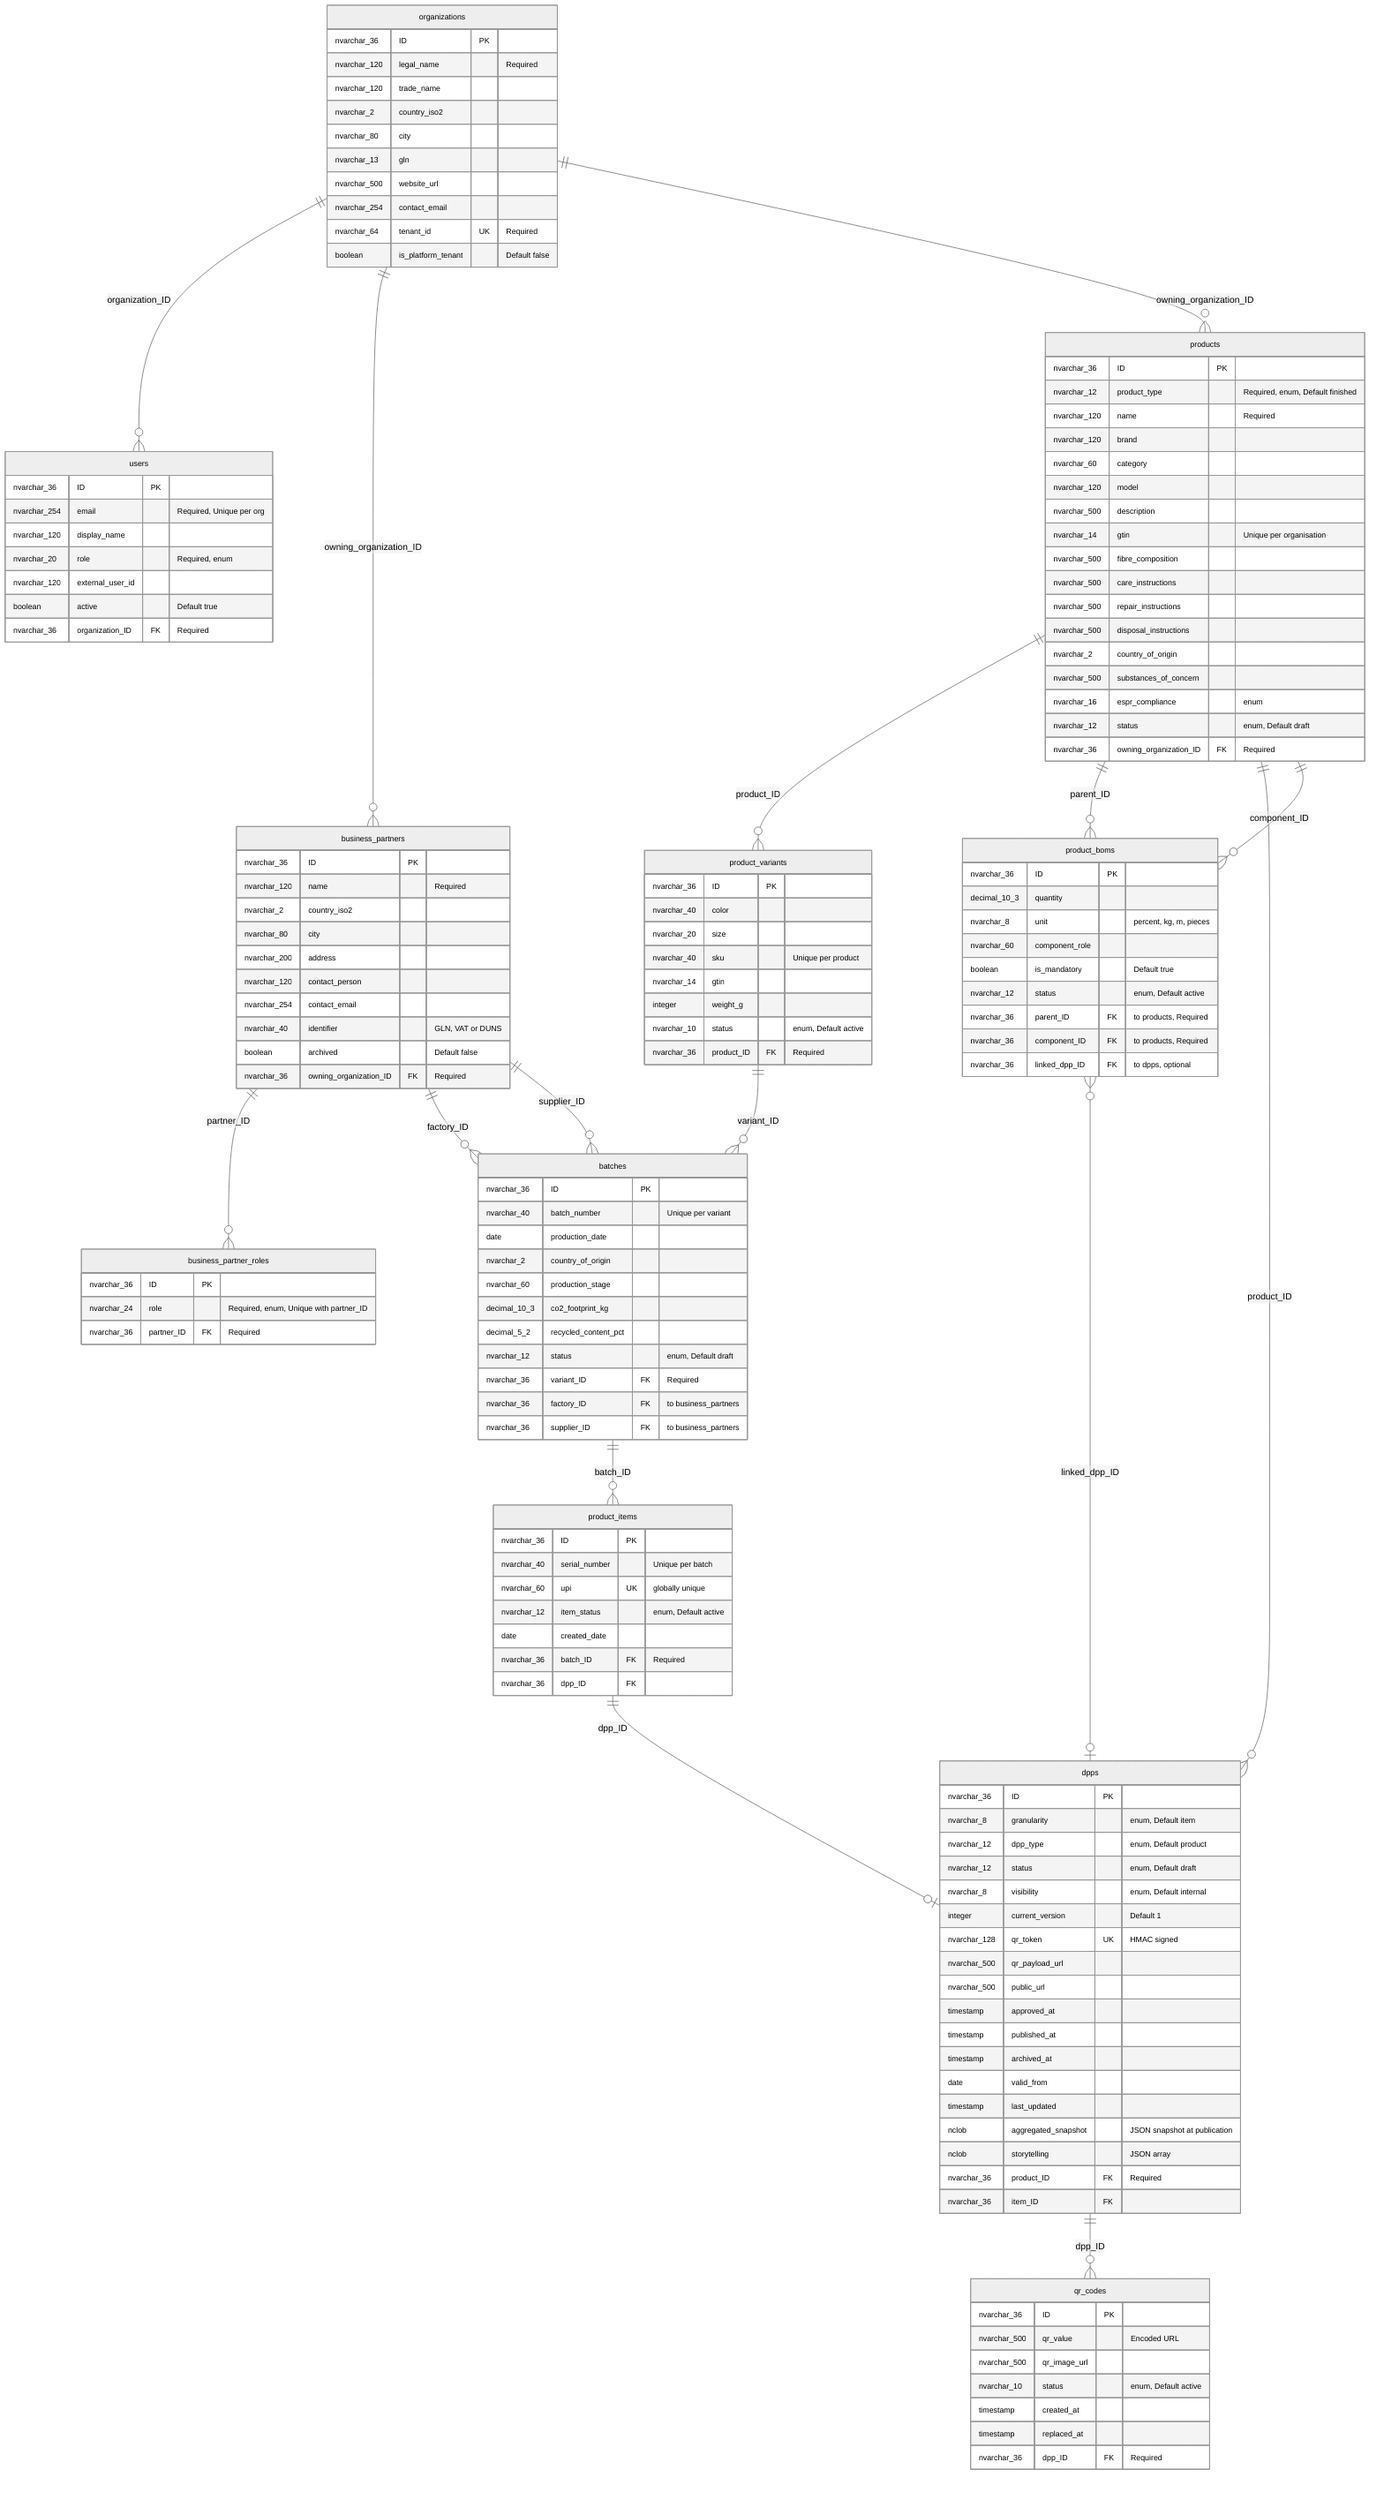
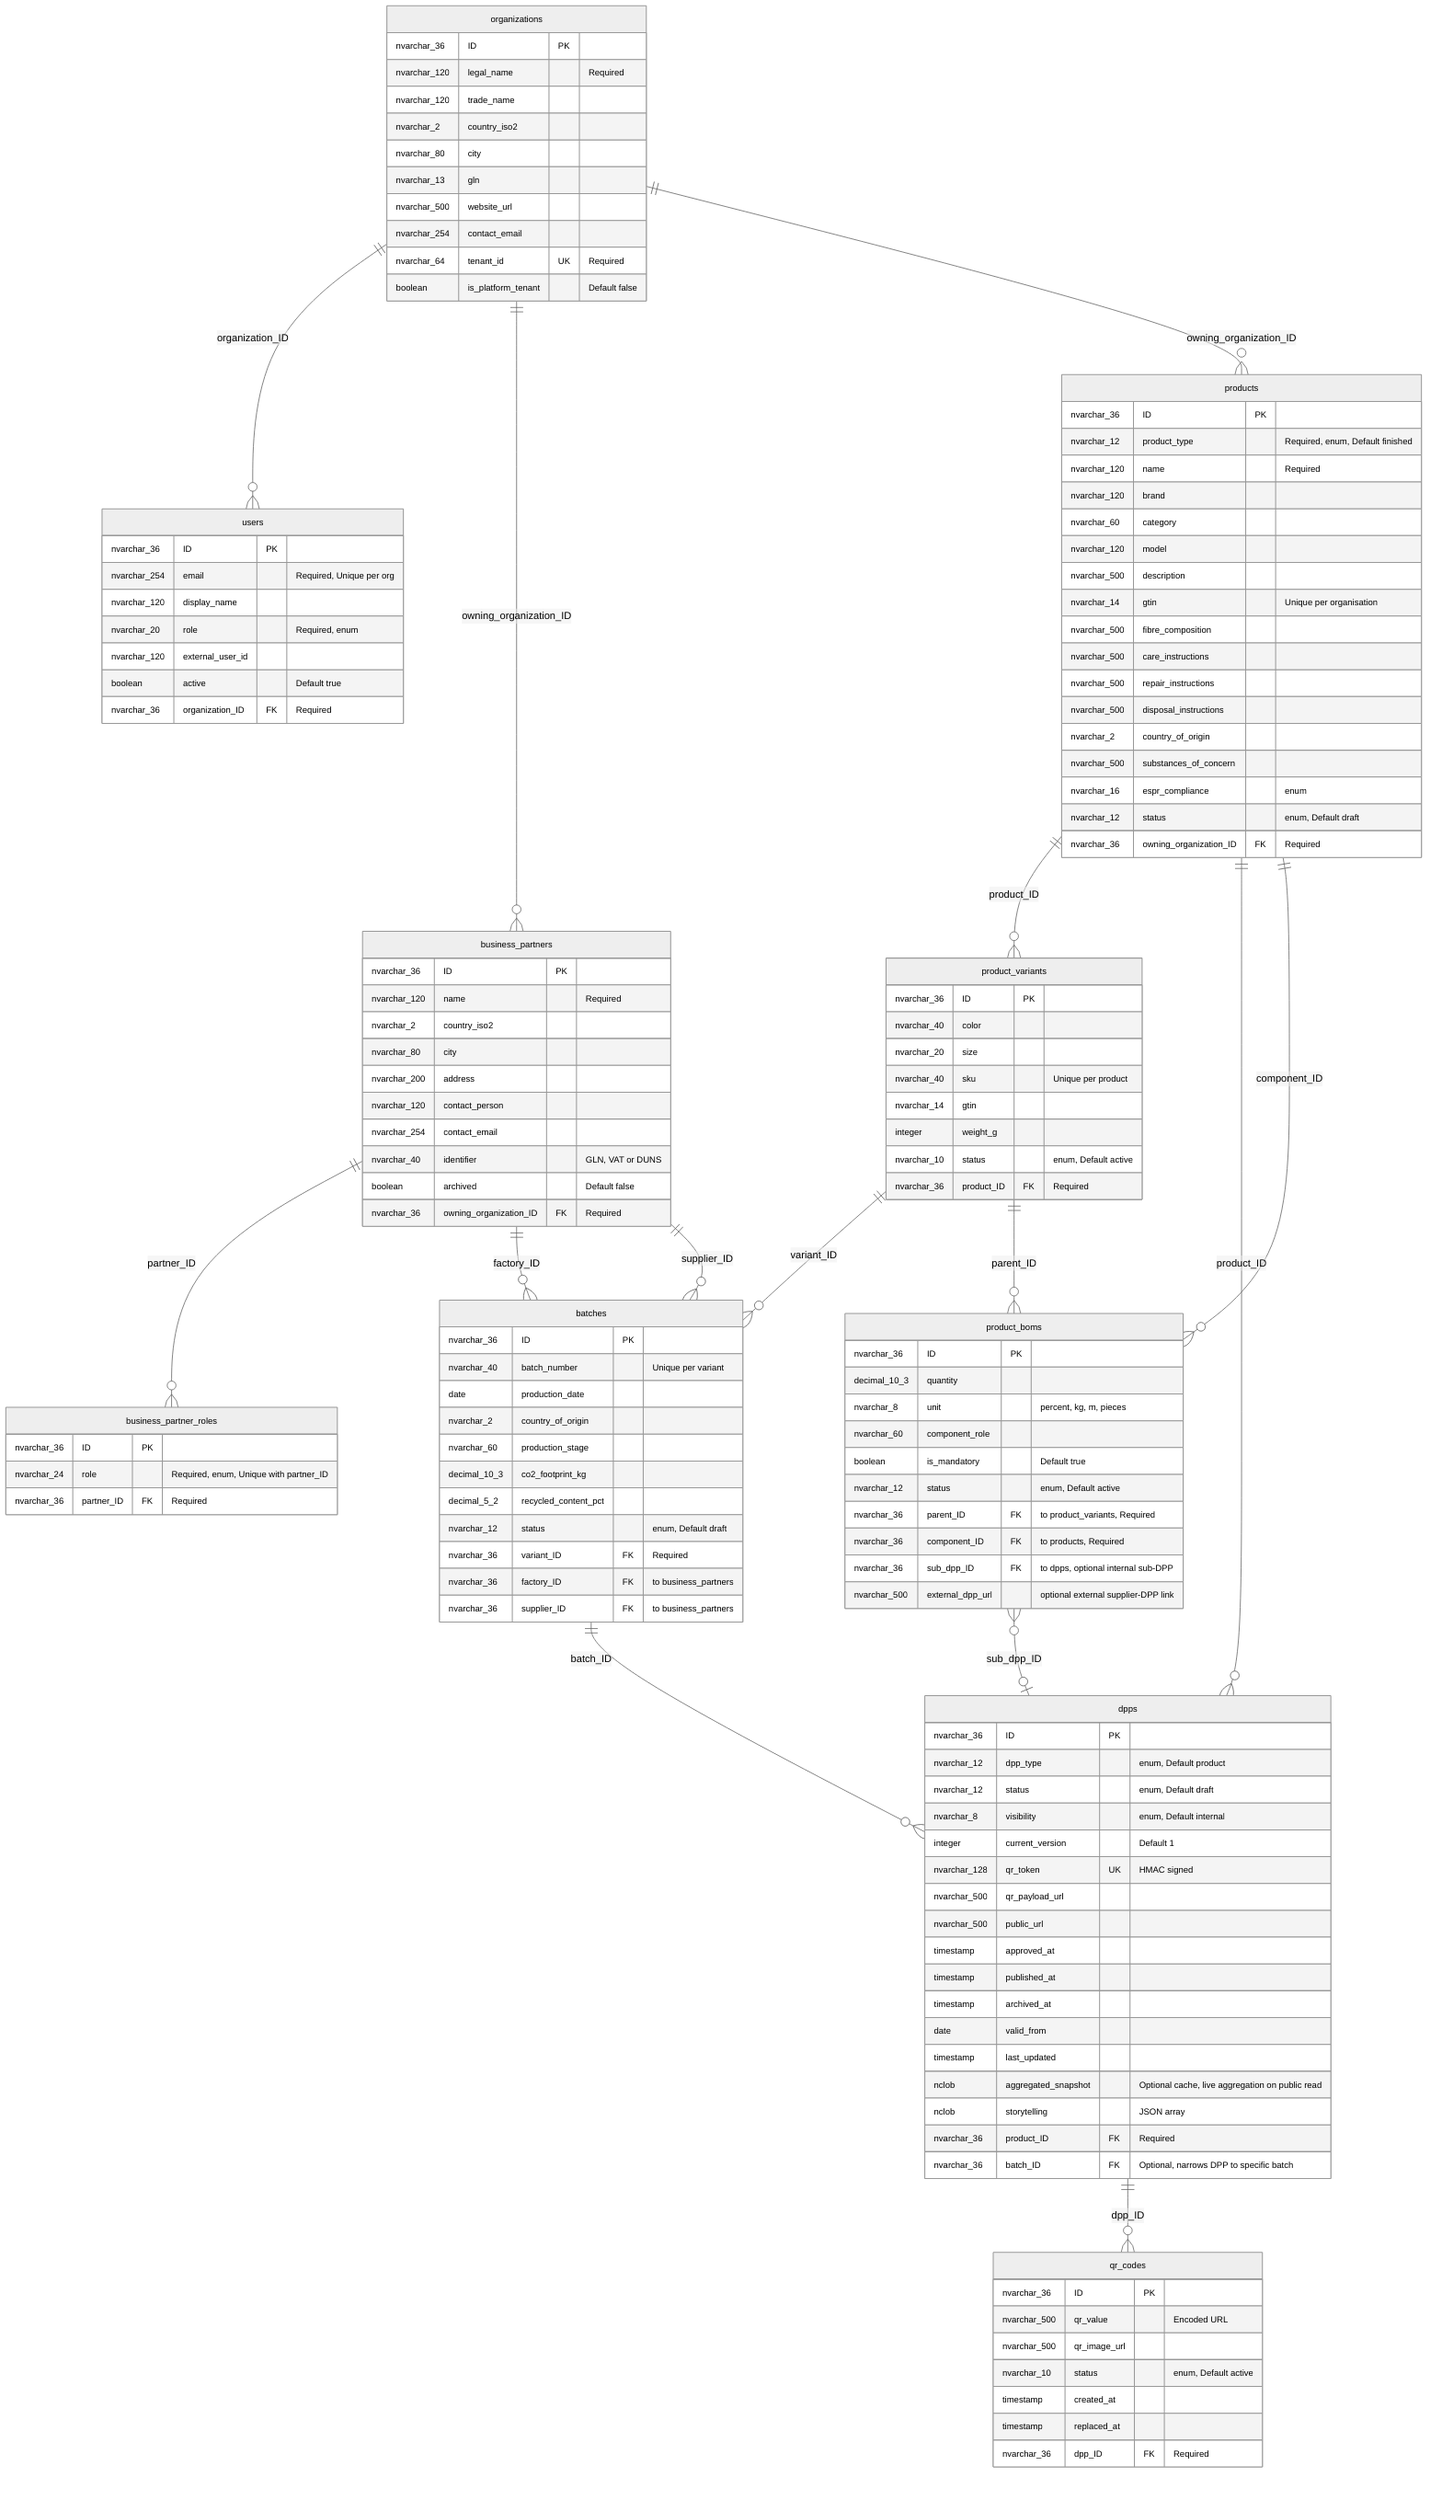
%%{init: {'theme':'neutral', 'themeVariables': { 'fontSize': '12px'}}}%%
erDiagram

    %% Organisation layer
    organizations      ||--o{ users                  : "organization_ID"
    organizations      ||--o{ business_partners      : "owning_organization_ID"
    organizations      ||--o{ products               : "owning_organization_ID"
    business_partners  ||--o{ business_partner_roles : "partner_ID"

    %% Product layer
    products           ||--o{ product_variants       : "product_ID"
    product_variants   ||--o{ batches                : "variant_ID"
-     batches            ||--o{ product_items          : "batch_ID"
    business_partners  ||--o{ batches                : "factory_ID"
    business_partners  ||--o{ batches                : "supplier_ID"
-     products           ||--o{ product_boms           : "parent_ID"
+     product_variants   ||--o{ product_boms           : "parent_ID"
    product_boms       }o--|| products               : "component_ID"

    %% Passport layer
    products           ||--o{ dpps                   : "product_ID"
-     product_items      ||--o| dpps                   : "dpp_ID"
+     batches            ||--o{ dpps                   : "batch_ID"
    dpps               ||--o{ qr_codes               : "dpp_ID"
-     product_boms       }o--o| dpps                   : "linked_dpp_ID"
+     product_boms       }o--o| dpps                   : "sub_dpp_ID"

    organizations {
        nvarchar_36  ID                   PK
        nvarchar_120 legal_name              "Required"
        nvarchar_120 trade_name
        nvarchar_2   country_iso2
        nvarchar_80  city
        nvarchar_13  gln
        nvarchar_500 website_url
        nvarchar_254 contact_email
        nvarchar_64  tenant_id            UK "Required"
        boolean      is_platform_tenant      "Default false"
    }

    users {
        nvarchar_36  ID                   PK
        nvarchar_254 email                   "Required, Unique per org"
        nvarchar_120 display_name
        nvarchar_20  role                    "Required, enum"
        nvarchar_120 external_user_id
        boolean      active                  "Default true"
        nvarchar_36  organization_ID      FK "Required"
    }

    business_partners {
        nvarchar_36  ID                   PK
        nvarchar_120 name                    "Required"
        nvarchar_2   country_iso2
        nvarchar_80  city
        nvarchar_200 address
        nvarchar_120 contact_person
        nvarchar_254 contact_email
        nvarchar_40  identifier              "GLN, VAT or DUNS"
        boolean      archived                "Default false"
        nvarchar_36  owning_organization_ID FK "Required"
    }

    business_partner_roles {
        nvarchar_36  ID                   PK
        nvarchar_24  role                    "Required, enum, Unique with partner_ID"
        nvarchar_36  partner_ID           FK "Required"
    }

    products {
        nvarchar_36  ID                   PK
        nvarchar_12  product_type            "Required, enum, Default finished"
        nvarchar_120 name                    "Required"
        nvarchar_120 brand
        nvarchar_60  category
        nvarchar_120 model
        nvarchar_500 description
        nvarchar_14  gtin                    "Unique per organisation"
        nvarchar_500 fibre_composition
        nvarchar_500 care_instructions
        nvarchar_500 repair_instructions
        nvarchar_500 disposal_instructions
        nvarchar_2   country_of_origin
        nvarchar_500 substances_of_concern
        nvarchar_16  espr_compliance         "enum"
        nvarchar_12  status                  "enum, Default draft"
        nvarchar_36  owning_organization_ID FK "Required"
    }

    product_variants {
        nvarchar_36  ID                   PK
        nvarchar_40  color
        nvarchar_20  size
        nvarchar_40  sku                     "Unique per product"
        nvarchar_14  gtin
        integer      weight_g
        nvarchar_10  status                  "enum, Default active"
        nvarchar_36  product_ID           FK "Required"
    }

    batches {
        nvarchar_36   ID                  PK
        nvarchar_40   batch_number           "Unique per variant"
        date          production_date
        nvarchar_2    country_of_origin
        nvarchar_60   production_stage
        decimal_10_3  co2_footprint_kg
        decimal_5_2   recycled_content_pct
        nvarchar_12   status                 "enum, Default draft"
        nvarchar_36   variant_ID          FK "Required"
        nvarchar_36   factory_ID          FK "to business_partners"
        nvarchar_36   supplier_ID         FK "to business_partners"
    }

-     product_items {
-         nvarchar_36  ID                   PK
-         nvarchar_40  serial_number           "Unique per batch"
-         nvarchar_60  upi                  UK "globally unique"
-         nvarchar_12  item_status             "enum, Default active"
-         date         created_date
-         nvarchar_36  batch_ID             FK "Required"
-         nvarchar_36  dpp_ID               FK
-     }
- 
    product_boms {
        nvarchar_36   ID                  PK
        decimal_10_3  quantity
        nvarchar_8    unit                   "percent, kg, m, pieces"
        nvarchar_60   component_role
        boolean       is_mandatory           "Default true"
        nvarchar_12   status                 "enum, Default active"
-         nvarchar_36   parent_ID           FK "to products, Required"
+         nvarchar_36   parent_ID           FK "to product_variants, Required"
        nvarchar_36   component_ID        FK "to products, Required"
-         nvarchar_36   linked_dpp_ID       FK "to dpps, optional"
+         nvarchar_36   sub_dpp_ID          FK "to dpps, optional internal sub-DPP"
+         nvarchar_500  external_dpp_url       "optional external supplier-DPP link"
    }

    dpps {
        nvarchar_36   ID                  PK
-         nvarchar_8    granularity            "enum, Default item"
        nvarchar_12   dpp_type               "enum, Default product"
        nvarchar_12   status                 "enum, Default draft"
        nvarchar_8    visibility             "enum, Default internal"
        integer       current_version        "Default 1"
        nvarchar_128  qr_token            UK "HMAC signed"
        nvarchar_500  qr_payload_url
        nvarchar_500  public_url
        timestamp     approved_at
        timestamp     published_at
        timestamp     archived_at
        date          valid_from
        timestamp     last_updated
-         nclob         aggregated_snapshot    "JSON snapshot at publication"
+         nclob         aggregated_snapshot    "Optional cache, live aggregation on public read"
        nclob         storytelling           "JSON array"
        nvarchar_36   product_ID          FK "Required"
-         nvarchar_36   item_ID             FK
+         nvarchar_36   batch_ID            FK "Optional, narrows DPP to specific batch"
    }

    qr_codes {
        nvarchar_36   ID                  PK
        nvarchar_500  qr_value               "Encoded URL"
        nvarchar_500  qr_image_url
        nvarchar_10   status                 "enum, Default active"
        timestamp     created_at
        timestamp     replaced_at
        nvarchar_36   dpp_ID              FK "Required"
    }
